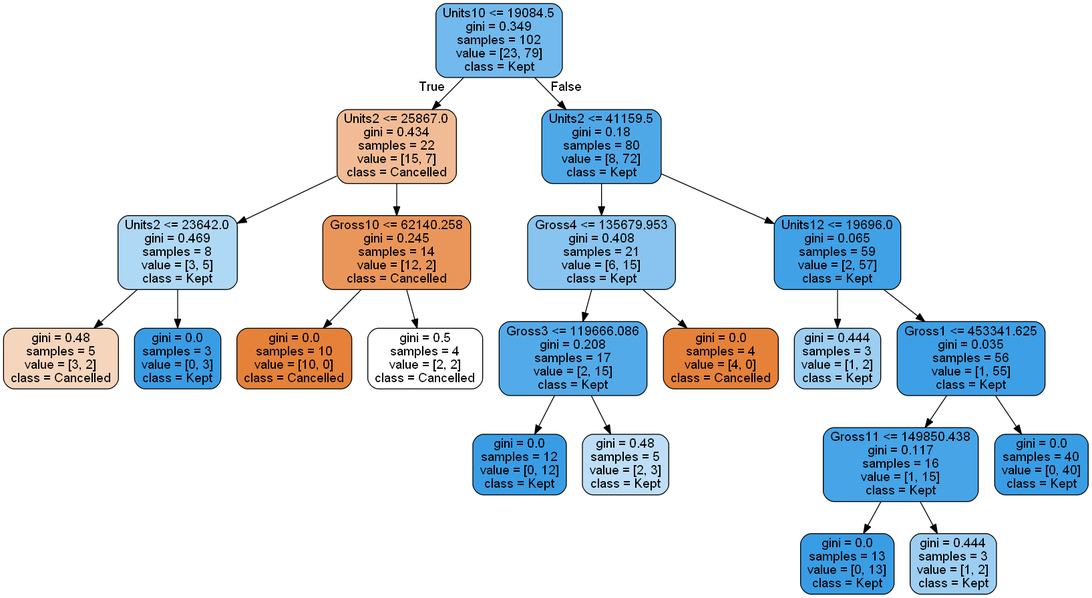
This is tree.png from christopherpease/ComicSales, a Graphviz export, as it was before one commit. Its source is kept beside it as tree.dot.
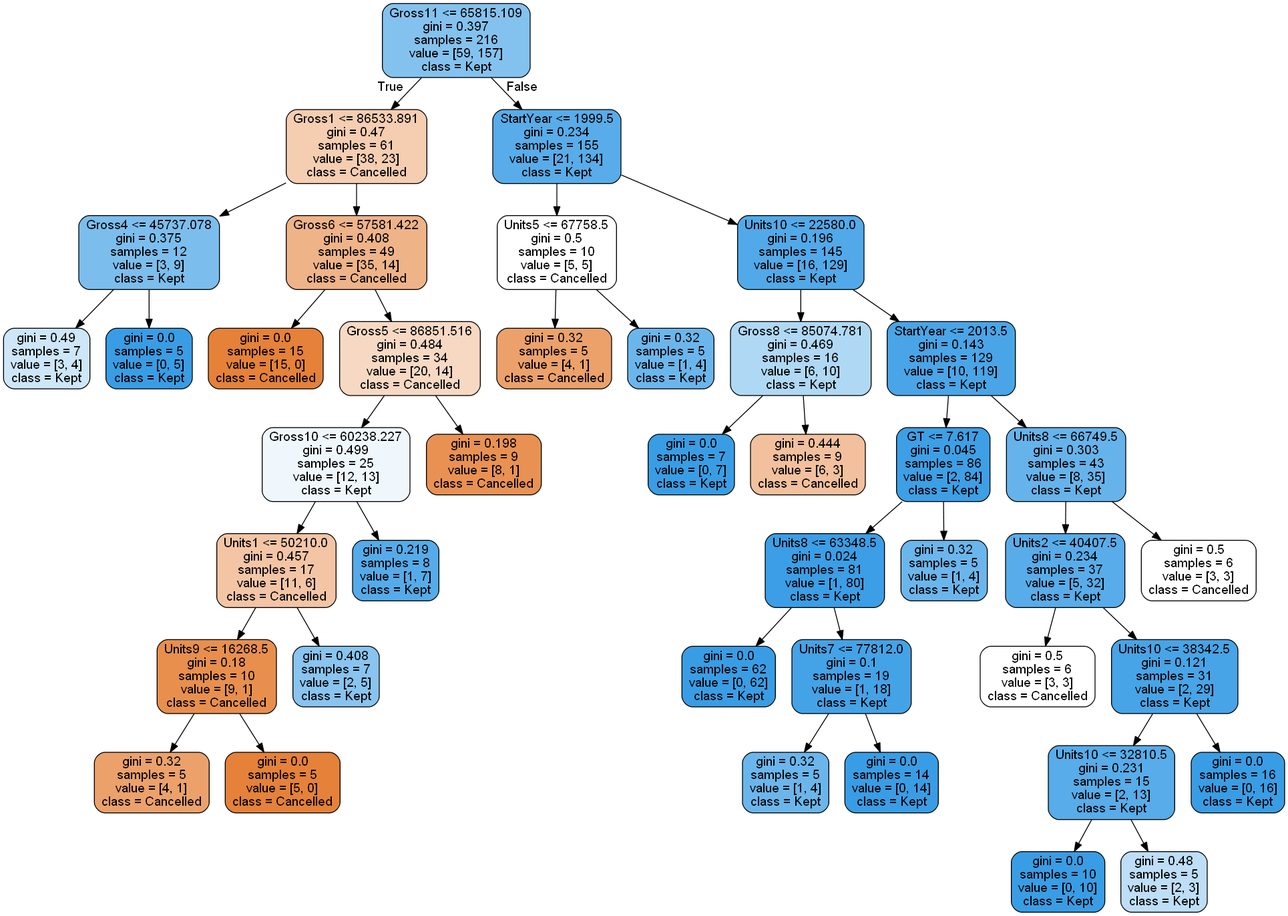
The same file after the commit.

What changed in the source:
```diff
@@ -1,45 +1,85 @@
 digraph Tree {
 node [shape=box, style="filled, rounded", color="black", fontname=helvetica] ;
 edge [fontname=helvetica] ;
-0 [label="Units10 <= 19084.5\ngini = 0.349\nsamples = 102\nvalue = [23, 79]\nclass = Kept", fillcolor="#399de5b5"] ;
-1 [label="Units2 <= 25867.0\ngini = 0.434\nsamples = 22\nvalue = [15, 7]\nclass = Cancelled", fillcolor="#e5813988"] ;
+0 [label="Gross11 <= 65815.109\ngini = 0.397\nsamples = 216\nvalue = [59, 157]\nclass = Kept", fillcolor="#399de59f"] ;
+1 [label="Gross1 <= 86533.891\ngini = 0.47\nsamples = 61\nvalue = [38, 23]\nclass = Cancelled", fillcolor="#e5813965"] ;
 0 -> 1 [labeldistance=2.5, labelangle=45, headlabel="True"] ;
-2 [label="Units2 <= 23642.0\ngini = 0.469\nsamples = 8\nvalue = [3, 5]\nclass = Kept", fillcolor="#399de566"] ;
+2 [label="Gross4 <= 45737.078\ngini = 0.375\nsamples = 12\nvalue = [3, 9]\nclass = Kept", fillcolor="#399de5aa"] ;
 1 -> 2 ;
-3 [label="gini = 0.48\nsamples = 5\nvalue = [3, 2]\nclass = Cancelled", fillcolor="#e5813955"] ;
+3 [label="gini = 0.49\nsamples = 7\nvalue = [3, 4]\nclass = Kept", fillcolor="#399de540"] ;
 2 -> 3 ;
-4 [label="gini = 0.0\nsamples = 3\nvalue = [0, 3]\nclass = Kept", fillcolor="#399de5ff"] ;
+4 [label="gini = 0.0\nsamples = 5\nvalue = [0, 5]\nclass = Kept", fillcolor="#399de5ff"] ;
 2 -> 4 ;
-5 [label="Gross10 <= 62140.258\ngini = 0.245\nsamples = 14\nvalue = [12, 2]\nclass = Cancelled", fillcolor="#e58139d4"] ;
+5 [label="Gross6 <= 57581.422\ngini = 0.408\nsamples = 49\nvalue = [35, 14]\nclass = Cancelled", fillcolor="#e5813999"] ;
 1 -> 5 ;
-6 [label="gini = 0.0\nsamples = 10\nvalue = [10, 0]\nclass = Cancelled", fillcolor="#e58139ff"] ;
+6 [label="gini = 0.0\nsamples = 15\nvalue = [15, 0]\nclass = Cancelled", fillcolor="#e58139ff"] ;
 5 -> 6 ;
-7 [label="gini = 0.5\nsamples = 4\nvalue = [2, 2]\nclass = Cancelled", fillcolor="#e5813900"] ;
+7 [label="Gross5 <= 86851.516\ngini = 0.484\nsamples = 34\nvalue = [20, 14]\nclass = Cancelled", fillcolor="#e581394d"] ;
 5 -> 7 ;
-8 [label="Units2 <= 41159.5\ngini = 0.18\nsamples = 80\nvalue = [8, 72]\nclass = Kept", fillcolor="#399de5e3"] ;
-0 -> 8 [labeldistance=2.5, labelangle=-45, headlabel="False"] ;
-9 [label="Gross4 <= 135679.953\ngini = 0.408\nsamples = 21\nvalue = [6, 15]\nclass = Kept", fillcolor="#399de599"] ;
+8 [label="Gross10 <= 60238.227\ngini = 0.499\nsamples = 25\nvalue = [12, 13]\nclass = Kept", fillcolor="#399de514"] ;
+7 -> 8 ;
+9 [label="Units1 <= 50210.0\ngini = 0.457\nsamples = 17\nvalue = [11, 6]\nclass = Cancelled", fillcolor="#e5813974"] ;
 8 -> 9 ;
-10 [label="Gross3 <= 119666.086\ngini = 0.208\nsamples = 17\nvalue = [2, 15]\nclass = Kept", fillcolor="#399de5dd"] ;
+10 [label="Units9 <= 16268.5\ngini = 0.18\nsamples = 10\nvalue = [9, 1]\nclass = Cancelled", fillcolor="#e58139e3"] ;
 9 -> 10 ;
-11 [label="gini = 0.0\nsamples = 12\nvalue = [0, 12]\nclass = Kept", fillcolor="#399de5ff"] ;
+11 [label="gini = 0.32\nsamples = 5\nvalue = [4, 1]\nclass = Cancelled", fillcolor="#e58139bf"] ;
 10 -> 11 ;
-12 [label="gini = 0.48\nsamples = 5\nvalue = [2, 3]\nclass = Kept", fillcolor="#399de555"] ;
+12 [label="gini = 0.0\nsamples = 5\nvalue = [5, 0]\nclass = Cancelled", fillcolor="#e58139ff"] ;
 10 -> 12 ;
-13 [label="gini = 0.0\nsamples = 4\nvalue = [4, 0]\nclass = Cancelled", fillcolor="#e58139ff"] ;
+13 [label="gini = 0.408\nsamples = 7\nvalue = [2, 5]\nclass = Kept", fillcolor="#399de599"] ;
 9 -> 13 ;
-14 [label="Units12 <= 19696.0\ngini = 0.065\nsamples = 59\nvalue = [2, 57]\nclass = Kept", fillcolor="#399de5f6"] ;
+14 [label="gini = 0.219\nsamples = 8\nvalue = [1, 7]\nclass = Kept", fillcolor="#399de5db"] ;
 8 -> 14 ;
-15 [label="gini = 0.444\nsamples = 3\nvalue = [1, 2]\nclass = Kept", fillcolor="#399de57f"] ;
-14 -> 15 ;
-16 [label="Gross1 <= 453341.625\ngini = 0.035\nsamples = 56\nvalue = [1, 55]\nclass = Kept", fillcolor="#399de5fa"] ;
-14 -> 16 ;
-17 [label="Gross11 <= 149850.438\ngini = 0.117\nsamples = 16\nvalue = [1, 15]\nclass = Kept", fillcolor="#399de5ee"] ;
+15 [label="gini = 0.198\nsamples = 9\nvalue = [8, 1]\nclass = Cancelled", fillcolor="#e58139df"] ;
+7 -> 15 ;
+16 [label="StartYear <= 1999.5\ngini = 0.234\nsamples = 155\nvalue = [21, 134]\nclass = Kept", fillcolor="#399de5d7"] ;
+0 -> 16 [labeldistance=2.5, labelangle=-45, headlabel="False"] ;
+17 [label="Units5 <= 67758.5\ngini = 0.5\nsamples = 10\nvalue = [5, 5]\nclass = Cancelled", fillcolor="#e5813900"] ;
 16 -> 17 ;
-18 [label="gini = 0.0\nsamples = 13\nvalue = [0, 13]\nclass = Kept", fillcolor="#399de5ff"] ;
+18 [label="gini = 0.32\nsamples = 5\nvalue = [4, 1]\nclass = Cancelled", fillcolor="#e58139bf"] ;
 17 -> 18 ;
-19 [label="gini = 0.444\nsamples = 3\nvalue = [1, 2]\nclass = Kept", fillcolor="#399de57f"] ;
+19 [label="gini = 0.32\nsamples = 5\nvalue = [1, 4]\nclass = Kept", fillcolor="#399de5bf"] ;
 17 -> 19 ;
-20 [label="gini = 0.0\nsamples = 40\nvalue = [0, 40]\nclass = Kept", fillcolor="#399de5ff"] ;
+20 [label="Units10 <= 22580.0\ngini = 0.196\nsamples = 145\nvalue = [16, 129]\nclass = Kept", fillcolor="#399de5df"] ;
 16 -> 20 ;
+21 [label="Gross8 <= 85074.781\ngini = 0.469\nsamples = 16\nvalue = [6, 10]\nclass = Kept", fillcolor="#399de566"] ;
+20 -> 21 ;
+22 [label="gini = 0.0\nsamples = 7\nvalue = [0, 7]\nclass = Kept", fillcolor="#399de5ff"] ;
+21 -> 22 ;
+23 [label="gini = 0.444\nsamples = 9\nvalue = [6, 3]\nclass = Cancelled", fillcolor="#e581397f"] ;
+21 -> 23 ;
+24 [label="StartYear <= 2013.5\ngini = 0.143\nsamples = 129\nvalue = [10, 119]\nclass = Kept", fillcolor="#399de5ea"] ;
+20 -> 24 ;
+25 [label="GT <= 7.617\ngini = 0.045\nsamples = 86\nvalue = [2, 84]\nclass = Kept", fillcolor="#399de5f9"] ;
+24 -> 25 ;
+26 [label="Units8 <= 63348.5\ngini = 0.024\nsamples = 81\nvalue = [1, 80]\nclass = Kept", fillcolor="#399de5fc"] ;
+25 -> 26 ;
+27 [label="gini = 0.0\nsamples = 62\nvalue = [0, 62]\nclass = Kept", fillcolor="#399de5ff"] ;
+26 -> 27 ;
+28 [label="Units7 <= 77812.0\ngini = 0.1\nsamples = 19\nvalue = [1, 18]\nclass = Kept", fillcolor="#399de5f1"] ;
+26 -> 28 ;
+29 [label="gini = 0.32\nsamples = 5\nvalue = [1, 4]\nclass = Kept", fillcolor="#399de5bf"] ;
+28 -> 29 ;
+30 [label="gini = 0.0\nsamples = 14\nvalue = [0, 14]\nclass = Kept", fillcolor="#399de5ff"] ;
+28 -> 30 ;
+31 [label="gini = 0.32\nsamples = 5\nvalue = [1, 4]\nclass = Kept", fillcolor="#399de5bf"] ;
+25 -> 31 ;
+32 [label="Units8 <= 66749.5\ngini = 0.303\nsamples = 43\nvalue = [8, 35]\nclass = Kept", fillcolor="#399de5c5"] ;
+24 -> 32 ;
+33 [label="Units2 <= 40407.5\ngini = 0.234\nsamples = 37\nvalue = [5, 32]\nclass = Kept", fillcolor="#399de5d7"] ;
+32 -> 33 ;
+34 [label="gini = 0.5\nsamples = 6\nvalue = [3, 3]\nclass = Cancelled", fillcolor="#e5813900"] ;
+33 -> 34 ;
+35 [label="Units10 <= 38342.5\ngini = 0.121\nsamples = 31\nvalue = [2, 29]\nclass = Kept", fillcolor="#399de5ed"] ;
+33 -> 35 ;
+36 [label="Units10 <= 32810.5\ngini = 0.231\nsamples = 15\nvalue = [2, 13]\nclass = Kept", fillcolor="#399de5d8"] ;
+35 -> 36 ;
+37 [label="gini = 0.0\nsamples = 10\nvalue = [0, 10]\nclass = Kept", fillcolor="#399de5ff"] ;
+36 -> 37 ;
+38 [label="gini = 0.48\nsamples = 5\nvalue = [2, 3]\nclass = Kept", fillcolor="#399de555"] ;
+36 -> 38 ;
+39 [label="gini = 0.0\nsamples = 16\nvalue = [0, 16]\nclass = Kept", fillcolor="#399de5ff"] ;
+35 -> 39 ;
+40 [label="gini = 0.5\nsamples = 6\nvalue = [3, 3]\nclass = Cancelled", fillcolor="#e5813900"] ;
+32 -> 40 ;
 }
```
